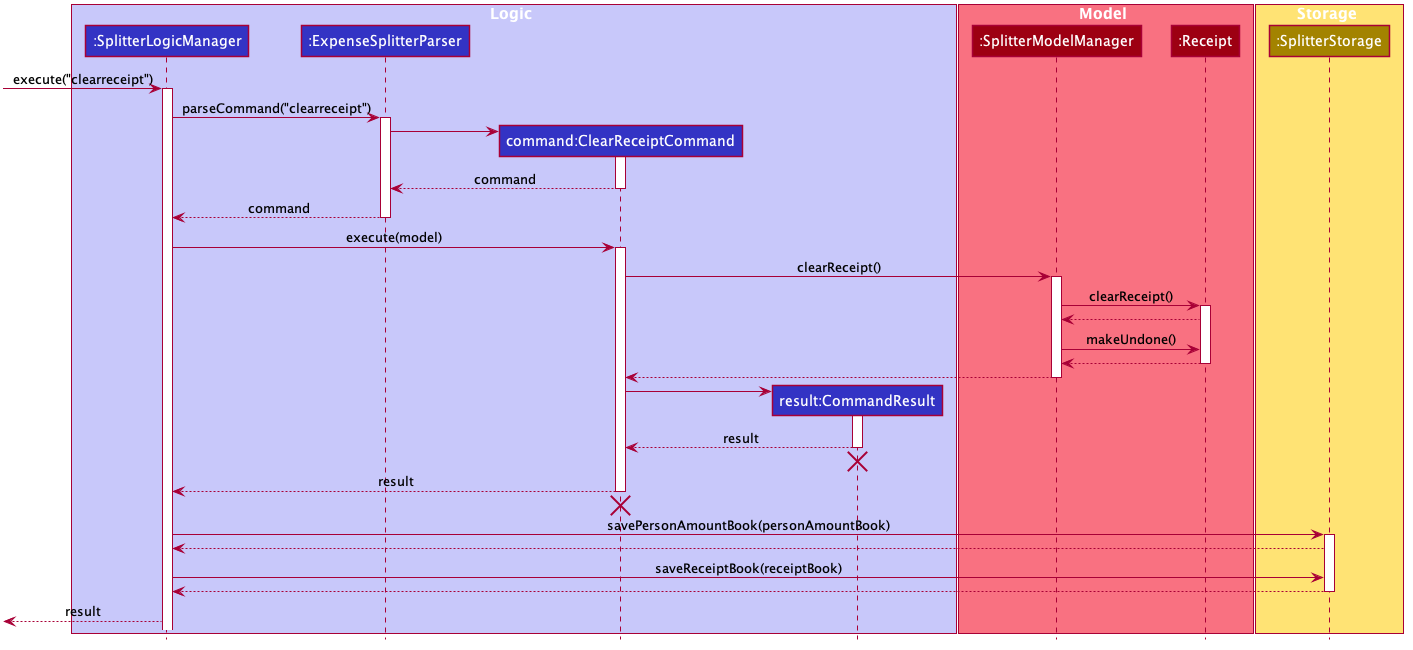
The PlantUML diagram images/ExpenseSplitterClearReceiptCommandSequenceDiagram.png in AY1920S2-CS2103T-W13-1/main, before a commit. Source of this version:
```plantuml
@startuml








skinparam BackgroundColor #FFFFFFF

skinparam Shadowing false

skinparam Class {
    FontColor #FFFFFF
    BorderThickness 1
    BorderColor #FFFFFF
    StereotypeFontColor #FFFFFF
    FontName Arial
}

skinparam Actor {
    BorderColor #000000
    Color #000000
    FontName Arial
}

skinparam Sequence {
    MessageAlign center
    BoxFontSize 15
    BoxPadding 0
    BoxFontColor #FFFFFF
    FontName Arial
}

skinparam Participant {
    FontColor #FFFFFFF
    Padding 20
}

skinparam MinClassWidth 50
skinparam ParticipantPadding 10
skinparam Shadowing false
skinparam DefaultTextAlignment center
skinparam packageStyle Rectangle

hide footbox
hide members
hide circle

box Logic #C8C8FA
participant ":SplitterLogicManager" as SplitterLogicManager #3333C4
participant ":ExpenseSplitterParser" as ExpenseSplitterParser #3333C4
participant "command:ClearReceiptCommand" as ClearReceiptCommand #3333C4
participant "result:CommandResult" as CommandResult #3333C4
end box

box Model #F97181
participant ":SplitterModelManager" as SplitterModelManager #9D0012
participant ":Receipt" as Receipt #9D0012
end box

box Storage #FFE374
participant ":SplitterStorage" as SplitterStorageManager #A38300
end box

[-> SplitterLogicManager : execute("clearreceipt")
activate SplitterLogicManager

SplitterLogicManager -> ExpenseSplitterParser : parseCommand("clearreceipt")
activate ExpenseSplitterParser

create ClearReceiptCommand
ExpenseSplitterParser -> ClearReceiptCommand
activate ClearReceiptCommand

ClearReceiptCommand --> ExpenseSplitterParser : command
deactivate ClearReceiptCommand

ExpenseSplitterParser --> SplitterLogicManager : command
deactivate ExpenseSplitterParser

SplitterLogicManager -> ClearReceiptCommand : execute(model)
activate ClearReceiptCommand

ClearReceiptCommand -> SplitterModelManager : clearReceipt()
activate SplitterModelManager

SplitterModelManager -> Receipt : clearReceipt()
activate Receipt
Receipt --> SplitterModelManager

SplitterModelManager -> Receipt : makeUndone()
Receipt --> SplitterModelManager

deactivate Receipt

SplitterModelManager --> ClearReceiptCommand
deactivate SplitterModelManager

create CommandResult
ClearReceiptCommand -> CommandResult
activate CommandResult

CommandResult --> ClearReceiptCommand : result
deactivate CommandResult
CommandResult -[hidden]-> ClearReceiptCommand
destroy CommandResult

ClearReceiptCommand --> SplitterLogicManager : result
deactivate ClearReceiptCommand
ClearReceiptCommand -[hidden]-> SplitterLogicManager
destroy ClearReceiptCommand

SplitterLogicManager -> SplitterStorageManager : savePersonAmountBook(personAmountBook)
activate SplitterStorageManager
SplitterStorageManager --> SplitterLogicManager

SplitterLogicManager -> SplitterStorageManager : saveReceiptBook(receiptBook)
SplitterStorageManager --> SplitterLogicManager

deactivate SplitterStorageManager

[<--SplitterLogicManager : result
deactivate SplitterStorageManager

@enduml
```
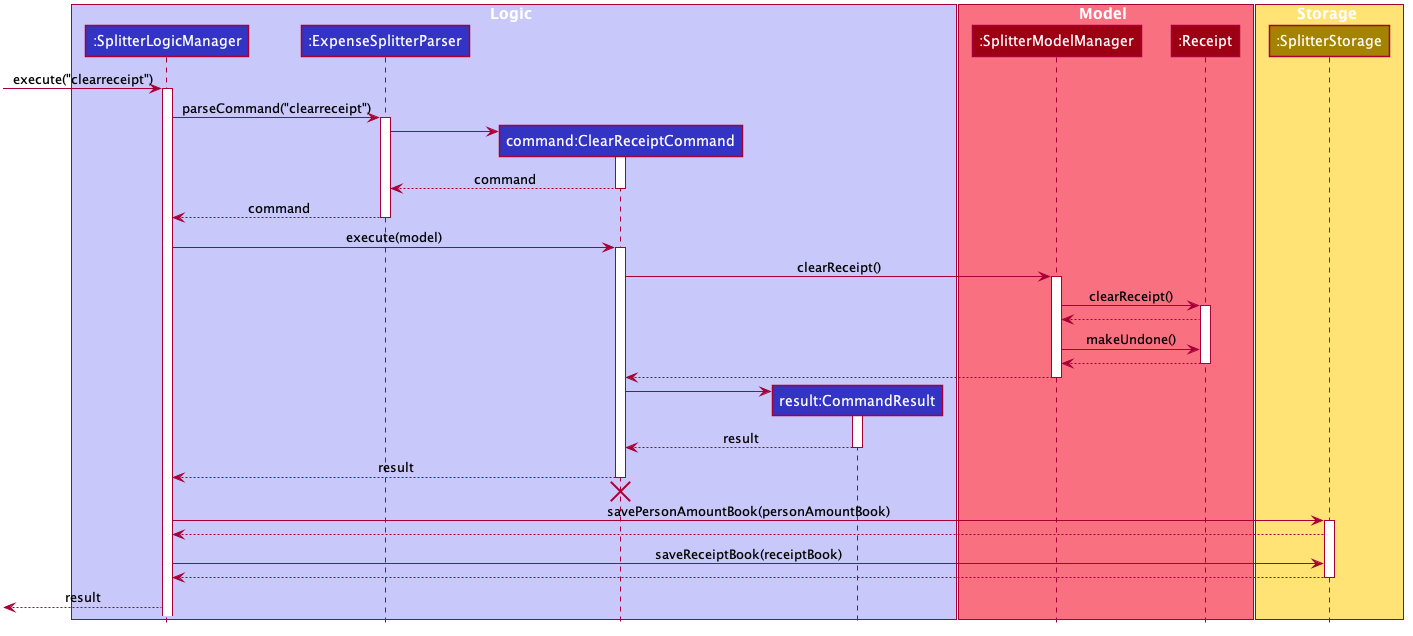
After the change.

What changed in the source:
```diff
@@ -104,8 +104,6 @@
 
 CommandResult --> ClearReceiptCommand : result
 deactivate CommandResult
-CommandResult -[hidden]-> ClearReceiptCommand
-destroy CommandResult
 
 ClearReceiptCommand --> SplitterLogicManager : result
 deactivate ClearReceiptCommand
```
